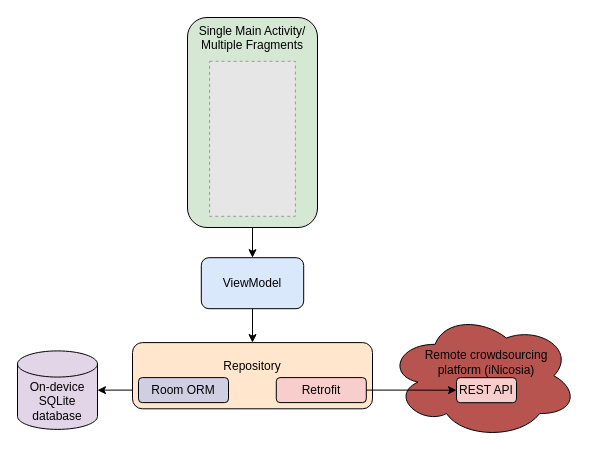
This is figure_app_architecture/app_architecture_vertical.drawio from msthoma/EnviroInfo2020_paper, a draw.io file, before an edit. Source tidied: cells renumbered, new cells numbered last; positions are measured from the earlier drawing's top-left corner, leaving out a move shared by most shapes. Both pictures are drawn from the tidied source at 100%, with x=0, y=0 at pixel (17, 17). Pictures stored in the file or linked from it are replaced by grey dashed boxes.
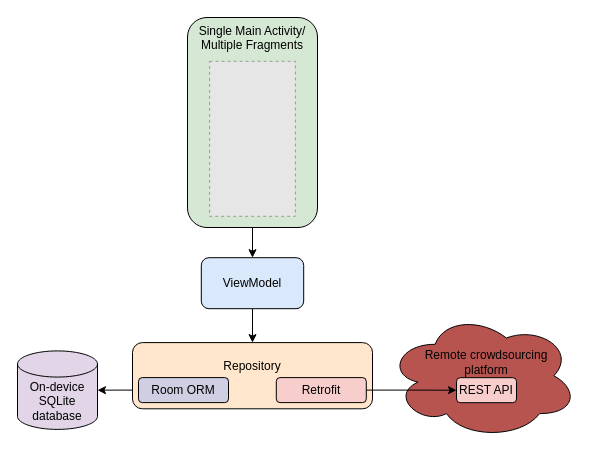
The same page after the edit.

Commit message:
remove platform name for review copy

Diff of the diagram source:
```diff
@@
 <mxGraphModel>
   <root>
     <mxCell id="0" />
     <mxCell id="1" parent="0" />
     <mxCell id="2" style="edgeStyle=orthogonalEdgeStyle;rounded=0;jettySize=auto;html=1;" parent="1" edge="1" source="7" target="4">
       <mxGeometry relative="1" as="geometry" />
     </mxCell>
     <mxCell id="3" style="edgeStyle=orthogonalEdgeStyle;rounded=0;jettySize=auto;html=1;" parent="1" edge="1" source="4" target="11">
       <mxGeometry relative="1" as="geometry" />
     </mxCell>
     <mxCell id="4" value="ViewModel" style="rounded=1;whiteSpace=wrap;html=1;fillColor=#dae8fc;" parent="1" vertex="1">
       <mxGeometry x="183.8" y="240.2" width="102.4" height="51" as="geometry" />
     </mxCell>
     <mxCell id="5" value="&lt;div&gt;On-device&lt;br&gt;&lt;/div&gt;&lt;div&gt;SQLite database&lt;br&gt;&lt;/div&gt;" style="strokeWidth=1;html=1;shape=mxgraph.flowchart.database;whiteSpace=wrap;verticalAlign=bottom;fillColor=#e1d5e7;spacingBottom=4;" parent="1" vertex="1">
       <mxGeometry y="333.4" width="80" height="78.5" as="geometry" />
     </mxCell>
     <mxCell id="6" style="group;" parent="1" vertex="1">
       <mxGeometry x="170" width="130" height="210" as="geometry" />
     </mxCell>
     <mxCell id="7" value="&lt;div&gt;Single Main Activity/ Multiple Fragments&lt;/div&gt;" style="rounded=1;whiteSpace=wrap;html=1;spacingRight=0;labelBackgroundColor=none;fillColor=#d5e8d4;verticalAlign=top;" parent="6" vertex="1">
       <mxGeometry width="130" height="210" as="geometry" />
     </mxCell>
     <mxCell id="8" style="fillColor=#E6E6E6;strokeColor=#999999;dashed=1;verticalLabelPosition=bottom;verticalAlign=top;labelBackgroundColor=none;" parent="6" vertex="1">
       <mxGeometry x="22.1" y="43.8" width="85.8" height="155" as="geometry" />
     </mxCell>
     <mxCell id="9" style="edgeStyle=orthogonalEdgeStyle;rounded=0;jettySize=auto;html=1;" parent="1" edge="1" source="12" target="5">
       <mxGeometry relative="1" as="geometry" />
     </mxCell>
     <mxCell id="10" style="group;spacingBottom=0;" parent="1" vertex="1">
       <mxGeometry x="115" y="325.1" width="240" height="66.2" as="geometry" />
     </mxCell>
     <mxCell id="11" value="Repository" style="rounded=1;whiteSpace=wrap;html=1;verticalAlign=middle;fillColor=#ffe6cc;spacingBottom=18;" parent="10" vertex="1">
       <mxGeometry width="240" height="66.2" as="geometry" />
     </mxCell>
     <mxCell id="12" value="Room ORM" style="rounded=1;whiteSpace=wrap;html=1;fillColor=#d0cee2;" parent="10" vertex="1">
       <mxGeometry x="6" y="35" width="90" height="25" as="geometry" />
     </mxCell>
     <mxCell id="13" value="Retrofit" style="rounded=1;whiteSpace=wrap;html=1;fillColor=#f8cecc;" parent="10" vertex="1">
       <mxGeometry x="143.8" y="35" width="90" height="25" as="geometry" />
     </mxCell>
     <mxCell id="14" style="group;" parent="1" vertex="1">
       <mxGeometry x="370.1" y="295.3" width="190" height="126" as="geometry" />
     </mxCell>
-    <mxCell id="15" value="&lt;div&gt;Remote crowdsourcing &lt;br&gt;&lt;/div&gt;&lt;div&gt;platform (iNicosia)&lt;br&gt;&lt;/div&gt;" style="ellipse;shape=cloud;whiteSpace=wrap;html=1;align=center;strokeWidth=1;verticalAlign=middle;spacingBottom=27;fillColor=#B85450;spacingTop=0;spacingLeft=8;" parent="14" vertex="1">
+    <mxCell id="15" value="&lt;div&gt;Remote crowdsourcing &lt;br&gt;&lt;/div&gt;&lt;div&gt;platform&lt;br&gt;&lt;/div&gt;" style="ellipse;shape=cloud;whiteSpace=wrap;html=1;align=center;strokeWidth=1;verticalAlign=middle;spacingBottom=27;fillColor=#B85450;spacingTop=0;spacingLeft=8;" parent="14" vertex="1">
       <mxGeometry width="190" height="126" as="geometry" />
     </mxCell>
     <mxCell id="16" value="REST API" style="rounded=1;whiteSpace=wrap;html=1;fillColor=#f8cecc;align=center;spacing=2;spacingTop=0;" parent="14" vertex="1">
       <mxGeometry x="68.9" y="64.9" width="60" height="25" as="geometry" />
     </mxCell>
     <mxCell id="17" style="edgeStyle=orthogonalEdgeStyle;rounded=0;jettySize=auto;html=1;" parent="1" edge="1" source="13" target="16">
       <mxGeometry relative="1" as="geometry" />
     </mxCell>
   </root>
 </mxGraphModel>
```
